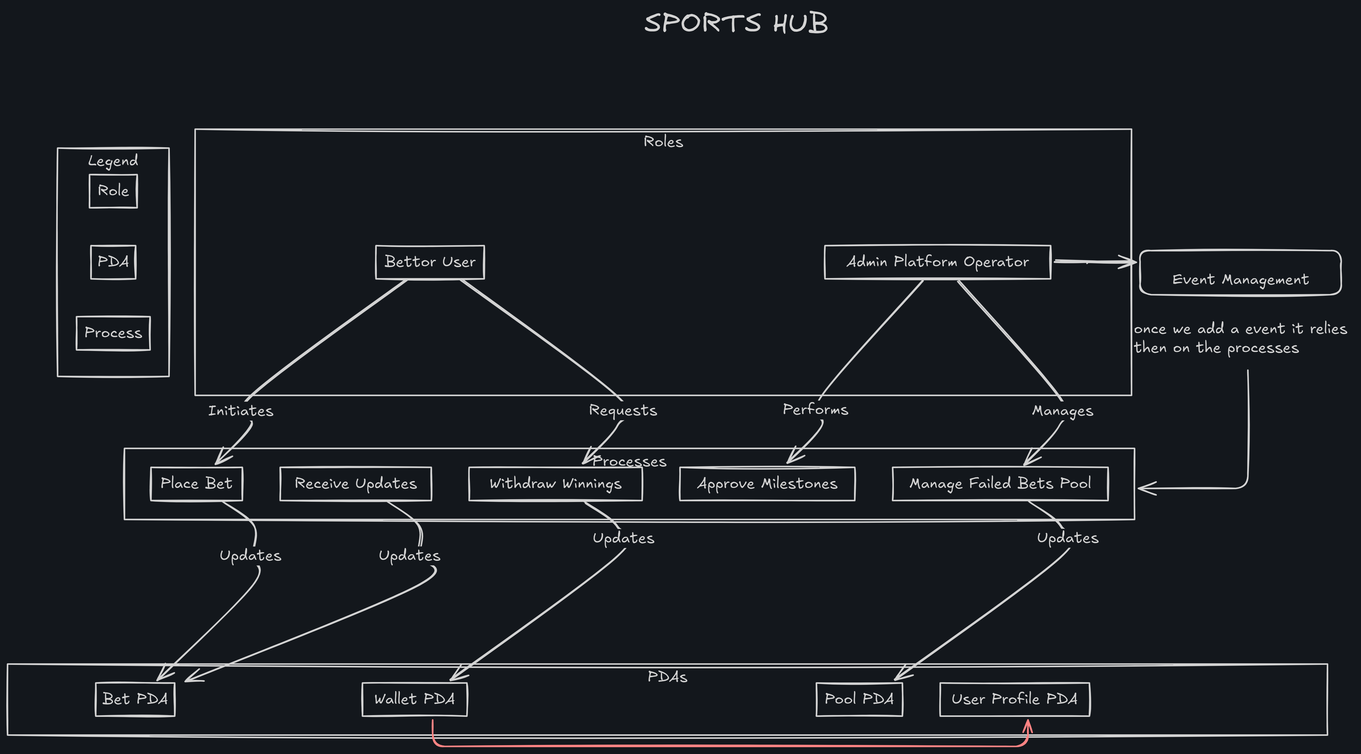
Above: capstone/arch diag.png in zsh28/solana-builders-q3-2024 (Excalidraw), before the change. Source tidied: one line per element, renumbered; positions are measured from the earlier drawing's top-left corner, leaving out a move shared by most shapes. Its diagram source:
```json
{"id": 0, "type": "text", "text": "SPORTS HUB", "strokeColor": "#1e1e1e", "strokeWidth": 2, "roughness": 1, "fontSize": 36, "fontFamily": 5, "textAlign": "center", "x": 841, "y": 0, "width": 244, "height": 45}
{"id": 1, "type": "rectangle", "strokeColor": "#1e1e1e", "strokeWidth": 2, "roughness": 1, "x": 66, "y": 185, "width": 147, "height": 301}
{"id": 2, "type": "rectangle", "strokeColor": "#1e1e1e", "strokeWidth": 2, "roughness": 1, "x": 154, "y": 582, "width": 1334, "height": 94}
{"id": 3, "type": "rectangle", "strokeColor": "#1e1e1e", "strokeWidth": 2, "roughness": 1, "x": 0, "y": 867, "width": 1743, "height": 94}
{"id": 4, "type": "rectangle", "strokeColor": "#1e1e1e", "strokeWidth": 2, "roughness": 1, "x": 248, "y": 160, "width": 1237, "height": 351}
{"id": 5, "type": "rectangle", "strokeColor": "#1e1e1e", "strokeWidth": 2, "roughness": 1, "x": 487, "y": 314, "width": 143, "height": 44}
{"id": 6, "type": "rectangle", "strokeColor": "#1e1e1e", "strokeWidth": 2, "roughness": 1, "x": 1080, "y": 314, "width": 298, "height": 44}
{"id": 7, "type": "rectangle", "strokeColor": "#1e1e1e", "strokeWidth": 2, "roughness": 1, "x": 117, "y": 892, "width": 104, "height": 44}
{"id": 8, "type": "rectangle", "strokeColor": "#1e1e1e", "strokeWidth": 2, "roughness": 1, "x": 1068, "y": 892, "width": 114, "height": 44}
{"id": 9, "type": "rectangle", "strokeColor": "#1e1e1e", "strokeWidth": 2, "roughness": 1, "x": 469, "y": 892, "width": 138, "height": 44}
{"id": 10, "type": "rectangle", "strokeColor": "#1e1e1e", "strokeWidth": 2, "roughness": 1, "x": 1232, "y": 892, "width": 197, "height": 44}
{"id": 11, "type": "rectangle", "strokeColor": "#1e1e1e", "strokeWidth": 2, "roughness": 1, "x": 189, "y": 607, "width": 121, "height": 44}
{"id": 12, "type": "rectangle", "strokeColor": "#1e1e1e", "strokeWidth": 2, "roughness": 1, "x": 360, "y": 607, "width": 200, "height": 44}
{"id": 13, "type": "rectangle", "strokeColor": "#1e1e1e", "strokeWidth": 2, "roughness": 1, "x": 610, "y": 607, "width": 228, "height": 44}
{"id": 14, "type": "rectangle", "strokeColor": "#1e1e1e", "strokeWidth": 2, "roughness": 1, "x": 888, "y": 607, "width": 231, "height": 44}
{"id": 15, "type": "rectangle", "strokeColor": "#1e1e1e", "strokeWidth": 2, "roughness": 1, "x": 1169, "y": 607, "width": 285, "height": 44}
{"id": 16, "type": "rectangle", "strokeColor": "#1e1e1e", "strokeWidth": 2, "roughness": 1, "x": 108, "y": 220, "width": 63, "height": 44}
{"id": 17, "type": "rectangle", "strokeColor": "#1e1e1e", "strokeWidth": 2, "roughness": 1, "x": 110, "y": 314, "width": 59, "height": 44}
{"id": 18, "type": "rectangle", "strokeColor": "#1e1e1e", "strokeWidth": 2, "roughness": 1, "x": 91, "y": 408, "width": 97, "height": 44}
{"id": 19, "type": "arrow", "strokeColor": "#1e1e1e", "strokeWidth": 2, "roughness": 1, "endArrowhead": "arrow", "round": true, "from": 5, "to": 11, "x": 527, "y": 359, "width": 252, "height": 243, "points": [[0, 0], [-206, 153], [-206, 192], [-252, 243]]}
{"id": 20, "type": "arrow", "strokeColor": "#1e1e1e", "strokeWidth": 2, "roughness": 1, "endArrowhead": "arrow", "round": true, "from": 11, "to": 7, "x": 279, "y": 652, "width": 128, "height": 238, "points": [[0, 0], [42, 33], [42, 72], [42, 112], [-86, 238]]}
{"id": 21, "type": "arrow", "strokeColor": "#1e1e1e", "strokeWidth": 2, "roughness": 1, "endArrowhead": "arrow", "round": true, "from": 12, "to": 7, "x": 489, "y": 652, "width": 308, "height": 239, "points": [[0, 0], [42, 33], [42, 72], [42, 112], [-266, 239]]}
{"id": 22, "type": "arrow", "strokeColor": "#1e1e1e", "strokeWidth": 2, "roughness": 1, "endArrowhead": "arrow", "round": true, "from": 5, "to": 13, "x": 589, "y": 359, "width": 206, "height": 243, "points": [[0, 0], [206, 153], [206, 192], [160, 243]]}
{"id": 23, "type": "arrow", "strokeColor": "#1e1e1e", "strokeWidth": 2, "roughness": 1, "endArrowhead": "arrow", "round": true, "from": 13, "to": 9, "x": 753, "y": 652, "width": 221, "height": 235, "points": [[0, 0], [42, 33], [42, 72], [-179, 235]]}
{"id": 24, "type": "arrow", "strokeColor": "#1e1e1e", "strokeWidth": 2, "roughness": 1, "endArrowhead": "arrow", "round": true, "from": 6, "to": 14, "x": 1209, "y": 359, "width": 180, "height": 243, "points": [[0, 0], [-134, 153], [-134, 192], [-180, 243]]}
{"id": 25, "type": "arrow", "strokeColor": "#1e1e1e", "strokeWidth": 2, "roughness": 1, "endArrowhead": "arrow", "round": true, "from": 6, "to": 15, "x": 1249, "y": 359, "width": 134, "height": 243, "points": [[0, 0], [134, 153], [134, 192], [88, 243]]}
{"id": 26, "type": "arrow", "strokeColor": "#1e1e1e", "strokeWidth": 2, "roughness": 1, "endArrowhead": "arrow", "round": true, "from": 15, "to": 8, "x": 1341, "y": 652, "width": 221, "height": 235, "points": [[0, 0], [42, 33], [42, 72], [-179, 235]]}
{"id": 27, "type": "text", "text": "Legend", "strokeColor": "#1e1e1e", "strokeWidth": 2, "roughness": 1, "fontSize": 20, "fontFamily": 5, "textAlign": "center", "inside": 1, "x": 107, "y": 190, "width": 66, "height": 25}
{"id": 28, "type": "text", "text": "Processes", "strokeColor": "#1e1e1e", "strokeWidth": 2, "roughness": 1, "fontSize": 20, "fontFamily": 5, "textAlign": "center", "inside": 2, "x": 772, "y": 587, "width": 99, "height": 25}
{"id": 29, "type": "text", "text": "PDAs", "strokeColor": "#1e1e1e", "strokeWidth": 2, "roughness": 1, "fontSize": 20, "fontFamily": 5, "textAlign": "center", "inside": 3, "x": 845, "y": 872, "width": 54, "height": 25}
{"id": 30, "type": "text", "text": "Roles", "strokeColor": "#1e1e1e", "strokeWidth": 2, "roughness": 1, "fontSize": 20, "fontFamily": 5, "textAlign": "center", "inside": 4, "x": 839, "y": 165, "width": 54, "height": 25}
{"id": 31, "type": "text", "text": "Bettor User", "strokeColor": "#1e1e1e", "strokeWidth": 2, "roughness": 1, "fontSize": 20, "fontFamily": 5, "textAlign": "center", "verticalAlign": "middle", "inside": 5, "x": 497, "y": 324, "width": 123, "height": 25}
{"id": 32, "type": "text", "text": "Admin Platform Operator", "strokeColor": "#1e1e1e", "strokeWidth": 2, "roughness": 1, "fontSize": 20, "fontFamily": 5, "textAlign": "center", "verticalAlign": "middle", "inside": 6, "x": 1107, "y": 324, "width": 243, "height": 25}
{"id": 33, "type": "text", "text": "Bet PDA", "strokeColor": "#1e1e1e", "strokeWidth": 2, "roughness": 1, "fontSize": 20, "fontFamily": 5, "textAlign": "center", "verticalAlign": "middle", "inside": 7, "x": 125, "y": 901, "width": 88, "height": 25}
{"id": 34, "type": "text", "text": "Pool PDA", "strokeColor": "#1e1e1e", "strokeWidth": 2, "roughness": 1, "fontSize": 20, "fontFamily": 5, "textAlign": "center", "verticalAlign": "middle", "inside": 8, "x": 1079, "y": 901, "width": 92, "height": 25}
{"id": 35, "type": "text", "text": "Wallet PDA", "strokeColor": "#1e1e1e", "strokeWidth": 2, "roughness": 1, "fontSize": 20, "fontFamily": 5, "textAlign": "center", "verticalAlign": "middle", "inside": 9, "x": 484, "y": 901, "width": 107, "height": 25}
{"id": 36, "type": "text", "text": "User Profile PDA", "strokeColor": "#1e1e1e", "strokeWidth": 2, "roughness": 1, "fontSize": 20, "fontFamily": 5, "textAlign": "center", "verticalAlign": "middle", "inside": 10, "x": 1247, "y": 901, "width": 167, "height": 25}
{"id": 37, "type": "text", "text": "Place Bet", "strokeColor": "#1e1e1e", "strokeWidth": 2, "roughness": 1, "fontSize": 20, "fontFamily": 5, "textAlign": "center", "verticalAlign": "middle", "inside": 11, "x": 201, "y": 616, "width": 97, "height": 25}
{"id": 38, "type": "text", "text": "Receive Updates", "strokeColor": "#1e1e1e", "strokeWidth": 2, "roughness": 1, "fontSize": 20, "fontFamily": 5, "textAlign": "center", "verticalAlign": "middle", "inside": 12, "x": 378, "y": 616, "width": 163, "height": 25}
{"id": 39, "type": "text", "text": "Withdraw Winnings", "strokeColor": "#1e1e1e", "strokeWidth": 2, "roughness": 1, "fontSize": 20, "fontFamily": 5, "textAlign": "center", "verticalAlign": "middle", "inside": 13, "x": 636, "y": 616, "width": 175, "height": 25}
{"id": 40, "type": "text", "text": "Approve Milestones", "strokeColor": "#1e1e1e", "strokeWidth": 2, "roughness": 1, "fontSize": 20, "fontFamily": 5, "textAlign": "center", "verticalAlign": "middle", "inside": 14, "x": 910, "y": 616, "width": 187, "height": 25}
{"id": 41, "type": "text", "text": "Manage Failed Bets Pool", "strokeColor": "#1e1e1e", "strokeWidth": 2, "roughness": 1, "fontSize": 20, "fontFamily": 5, "textAlign": "center", "verticalAlign": "middle", "inside": 15, "x": 1191, "y": 616, "width": 240, "height": 25}
{"id": 42, "type": "text", "text": "Role", "strokeColor": "#1e1e1e", "strokeWidth": 2, "roughness": 1, "fontSize": 20, "fontFamily": 5, "textAlign": "center", "verticalAlign": "middle", "inside": 16, "x": 118, "y": 230, "width": 43, "height": 25}
{"id": 43, "type": "text", "text": "PDA", "strokeColor": "#1e1e1e", "strokeWidth": 2, "roughness": 1, "fontSize": 20, "fontFamily": 5, "textAlign": "center", "verticalAlign": "middle", "inside": 17, "x": 118, "y": 324, "width": 43, "height": 25}
{"id": 44, "type": "text", "text": "Process", "strokeColor": "#1e1e1e", "strokeWidth": 2, "roughness": 1, "fontSize": 20, "fontFamily": 5, "textAlign": "center", "verticalAlign": "middle", "inside": 18, "x": 101, "y": 417, "width": 78, "height": 25}
{"id": 45, "type": "text", "text": "Initiates", "strokeColor": "#1e1e1e", "strokeWidth": 2, "roughness": 1, "fontSize": 20, "fontFamily": 5, "textAlign": "center", "verticalAlign": "middle", "inside": 19, "x": 263, "y": 520, "width": 87, "height": 25}
{"id": 46, "type": "text", "text": "Updates", "strokeColor": "#1e1e1e", "strokeWidth": 2, "roughness": 1, "fontSize": 20, "fontFamily": 5, "textAlign": "center", "verticalAlign": "middle", "inside": 20, "x": 280, "y": 711, "width": 82, "height": 25}
{"id": 47, "type": "text", "text": "Updates", "strokeColor": "#1e1e1e", "strokeWidth": 2, "roughness": 1, "fontSize": 20, "fontFamily": 5, "textAlign": "center", "verticalAlign": "middle", "inside": 21, "x": 490, "y": 711, "width": 82, "height": 25}
{"id": 48, "type": "text", "text": "Requests", "strokeColor": "#1e1e1e", "strokeWidth": 2, "roughness": 1, "fontSize": 20, "fontFamily": 5, "textAlign": "center", "verticalAlign": "middle", "inside": 22, "x": 766, "y": 520, "width": 92, "height": 25}
{"id": 49, "type": "text", "text": "Updates", "strokeColor": "#1e1e1e", "strokeWidth": 2, "roughness": 1, "fontSize": 20, "fontFamily": 5, "textAlign": "center", "verticalAlign": "middle", "inside": 23, "x": 755, "y": 692, "width": 82, "height": 25}
{"id": 50, "type": "text", "text": "Performs", "strokeColor": "#1e1e1e", "strokeWidth": 2, "roughness": 1, "fontSize": 20, "fontFamily": 5, "textAlign": "center", "verticalAlign": "middle", "inside": 24, "x": 1022, "y": 518, "width": 88, "height": 25}
{"id": 51, "type": "text", "text": "Manages", "strokeColor": "#1e1e1e", "strokeWidth": 2, "roughness": 1, "fontSize": 20, "fontFamily": 5, "textAlign": "center", "verticalAlign": "middle", "inside": 25, "x": 1351, "y": 520, "width": 82, "height": 25}
{"id": 52, "type": "text", "text": "Updates", "strokeColor": "#1e1e1e", "strokeWidth": 2, "roughness": 1, "fontSize": 20, "fontFamily": 5, "textAlign": "center", "verticalAlign": "middle", "inside": 26, "x": 1342, "y": 691, "width": 82, "height": 25}
{"id": 53, "type": "arrow", "strokeColor": "#e03131", "strokeWidth": 2, "roughness": 1, "endArrowhead": "arrow", "from": 9, "to": 10, "x": 562, "y": 940, "width": 786, "height": 35, "points": [[0, 0], [0, 35], [786, 35], [786, 0]]}
{"id": 54, "type": "line", "strokeColor": "#1e1e1e", "strokeWidth": 2, "roughness": 1, "round": true, "x": 1384, "y": 334, "width": 103, "height": 2, "points": [[0, 0], [103, 2]]}
{"id": 55, "type": "rectangle", "strokeColor": "#1e1e1e", "strokeWidth": 2, "roughness": 1, "round": true, "x": 1496, "y": 321, "width": 266, "height": 58}
{"id": 56, "type": "text", "text": "Event Management", "strokeColor": "#1e1e1e", "strokeWidth": 2, "roughness": 1, "fontSize": 20, "fontFamily": 5, "x": 1539, "y": 347, "width": 181, "height": 25}
{"id": 57, "type": "text", "text": "once we add a event it relies \nthen on the processes", "strokeColor": "#1e1e1e", "strokeWidth": 2, "roughness": 1, "fontSize": 20, "fontFamily": 5, "x": 1488, "y": 412, "width": 290, "height": 50}
{"id": 58, "type": "arrow", "strokeColor": "#1e1e1e", "strokeWidth": 2, "roughness": 1, "endArrowhead": "arrow", "to": 2, "x": 1638, "y": 479, "width": 145, "height": 156, "points": [[0, 0], [0, 156], [-145, 156]]}
{"id": 59, "type": "arrow", "strokeColor": "#1e1e1e", "strokeWidth": 2, "roughness": 1, "endArrowhead": "arrow", "from": 6, "to": 55, "x": 1383, "y": 336, "width": 108, "height": 0, "points": [[0, 0], [44, 0], [44, 0], [108, 0]]}
```
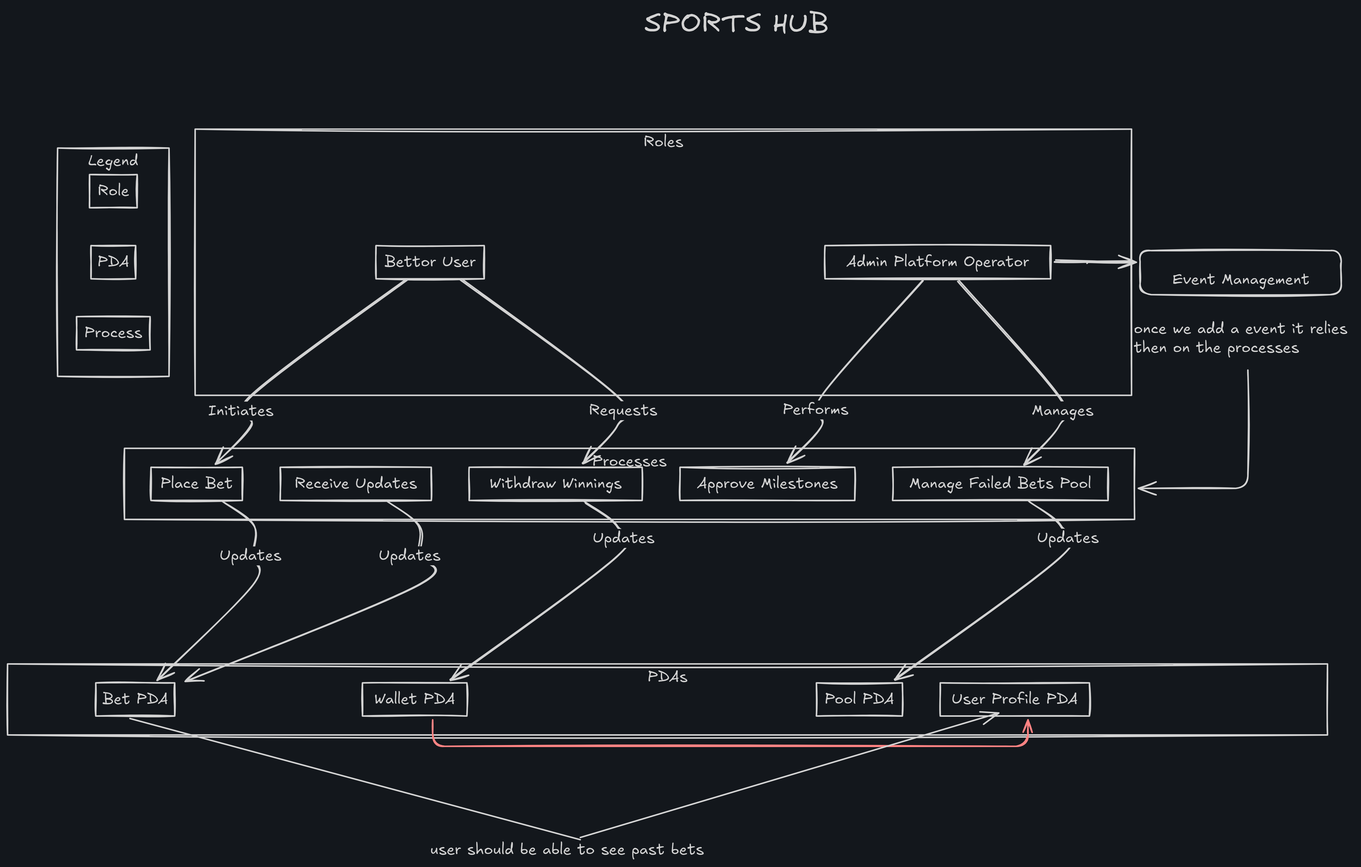
Above is the later version.

Commit message:
change to arch diagram

Diff of the diagram source:
```diff
@@ -58,3 +58,6 @@
 {"id": 57, "type": "text", "text": "once we add a event it relies \nthen on the processes", "strokeColor": "#1e1e1e", "strokeWidth": 2, "roughness": 1, "fontSize": 20, "fontFamily": 5, "x": 1488, "y": 412, "width": 290, "height": 50}
 {"id": 58, "type": "arrow", "strokeColor": "#1e1e1e", "strokeWidth": 2, "roughness": 1, "endArrowhead": "arrow", "to": 2, "x": 1638, "y": 479, "width": 145, "height": 156, "points": [[0, 0], [0, 156], [-145, 156]]}
 {"id": 59, "type": "arrow", "strokeColor": "#1e1e1e", "strokeWidth": 2, "roughness": 1, "endArrowhead": "arrow", "from": 6, "to": 55, "x": 1383, "y": 336, "width": 108, "height": 0, "points": [[0, 0], [44, 0], [44, 0], [108, 0]]}
+{"id": 60, "type": "text", "text": "user should be able to see past bets", "strokeColor": "#1e1e1e", "strokeWidth": 2, "roughness": 1, "fontSize": 20, "fontFamily": 5, "textAlign": "center", "x": 558, "y": 1100, "width": 362, "height": 25}
+{"id": 61, "type": "line", "strokeColor": "#1e1e1e", "strokeWidth": 2, "roughness": 0, "round": true, "x": 162, "y": 939, "width": 595, "height": 160, "points": [[0, 0], [595, 160]]}
+{"id": 62, "type": "arrow", "strokeColor": "#1e1e1e", "strokeWidth": 2, "roughness": 0, "endArrowhead": "arrow", "from": 60, "to": 10, "x": 756, "y": 1096, "width": 553, "height": 164, "points": [[0, 0], [553, -164]]}
```
